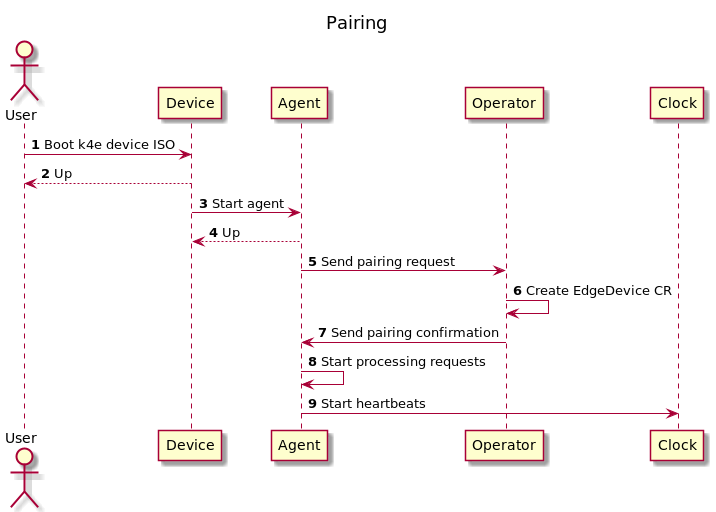
The PlantUML diagram docs/diagrams/Pairing.png in jakub-dzon/k4e-agent, before a commit.
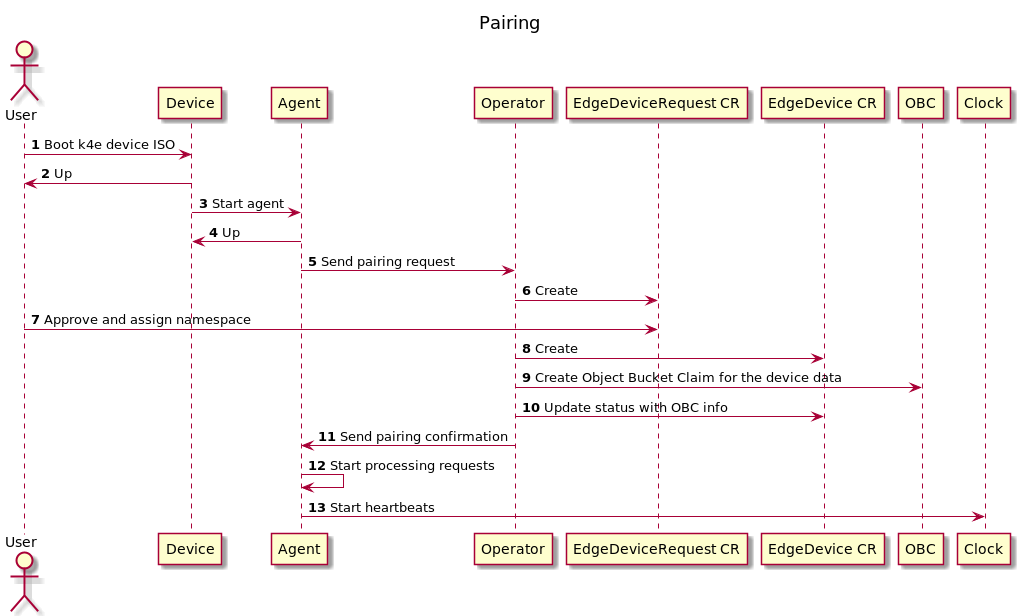
The same diagram one commit later.

Commit message:
Add deployment diagram for HTTP transport

The edit, as a diff of the source:
```diff
@@ -6,11 +6,15 @@
 actor User
 
 User -> Device: Boot k4e device ISO
-Device --> User: Up
+Device -> User: Up
 Device -> Agent: Start agent
-Agent --> Device: Up
+Agent -> Device: Up
 Agent -> Operator: Send pairing request
-Operator -> Operator: Create EdgeDevice CR
+Operator -> "EdgeDeviceRequest CR": Create
+User -> "EdgeDeviceRequest CR": Approve and assign namespace
+Operator -> "EdgeDevice CR": Create
+Operator -> OBC: Create Object Bucket Claim for the device data
+Operator -> "EdgeDevice CR": Update status with OBC info
 Operator -> Agent: Send pairing confirmation
 Agent -> Agent: Start processing requests
 Agent -> Clock: Start heartbeats
```
